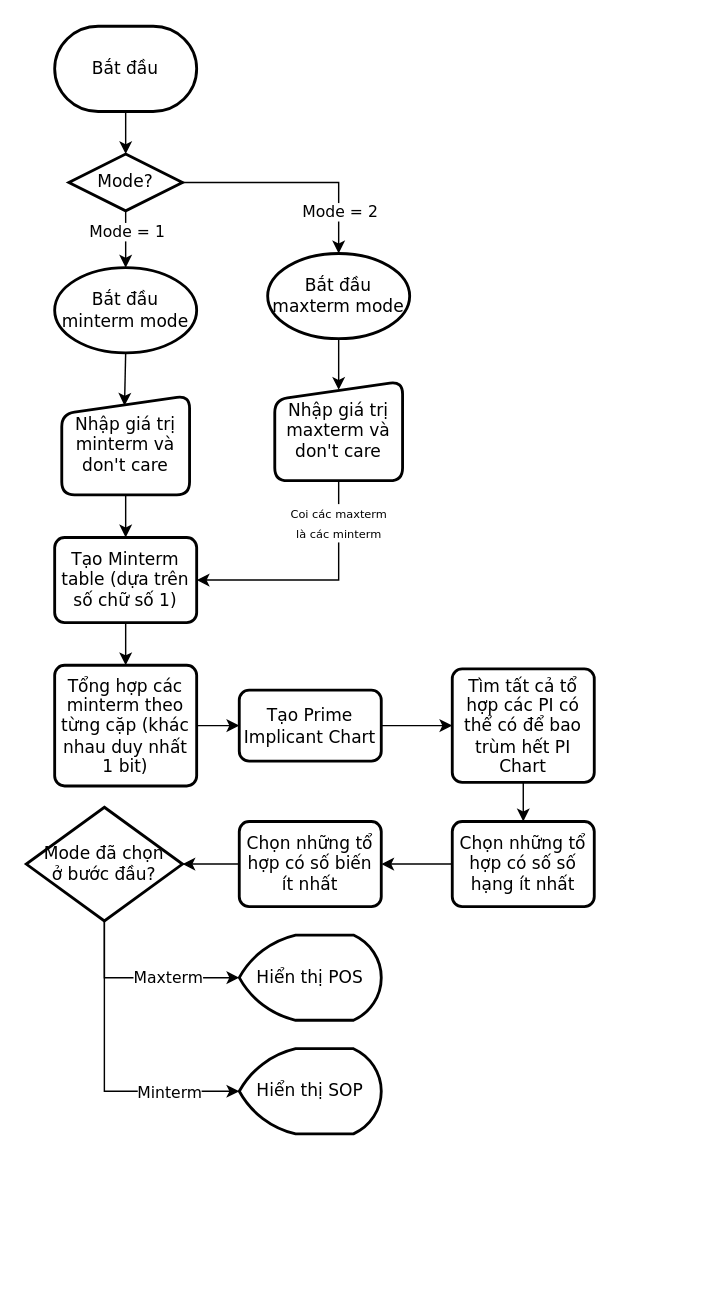
Earlier version of the draw.io diagram Untitled Diagram.drawio (dann20/QuineMcCluskey). Source tidied: cells renumbered, new cells numbered last; positions are measured from the earlier drawing's top-left corner, leaving out a move shared by most shapes. Both pictures are drawn from the tidied source at 142%, with x=0, y=0 at pixel (26, 26).
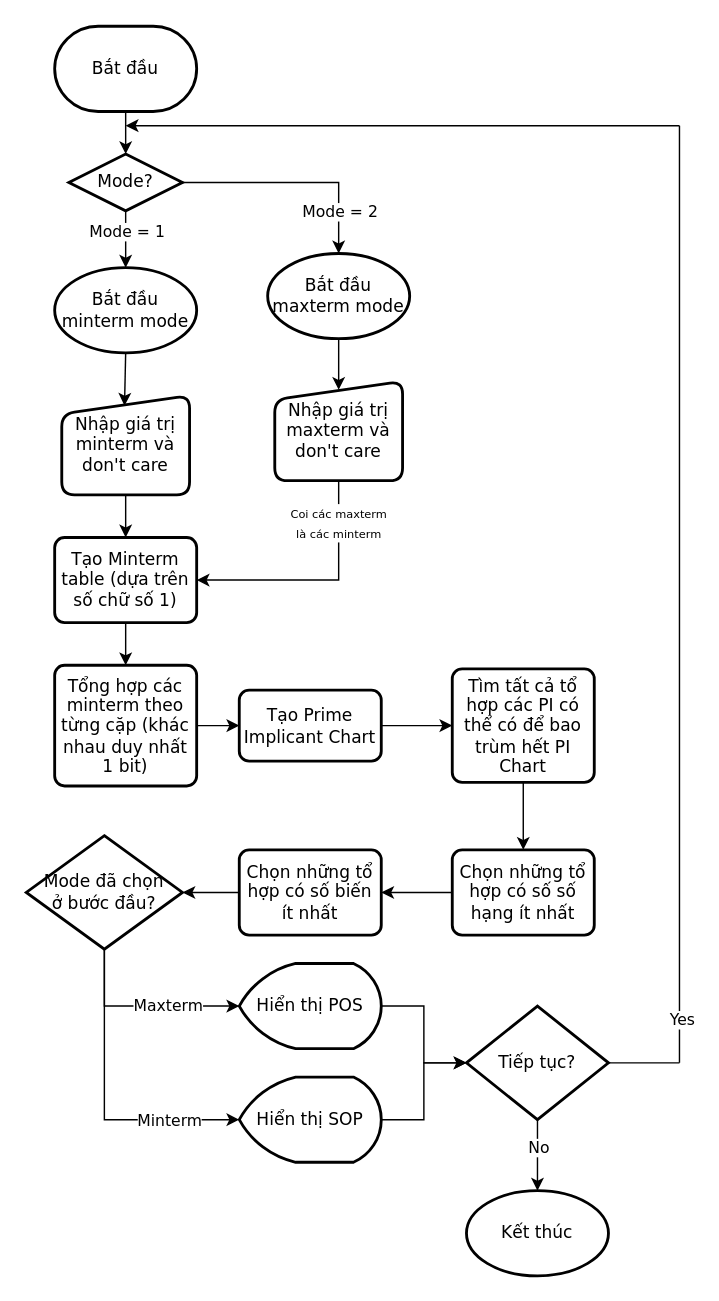
Above is the later version.

The edit, as a diff of the source:
```diff
@@
     <mxCell id="22" value="Chọn những tổ hợp có số số hạng ít nhất" style="rounded=1;whiteSpace=wrap;html=1;absoluteArcSize=1;arcSize=14;strokeWidth=2;fontFamily=Verdana;" parent="1" vertex="1">
-      <mxGeometry x="300" y="560" width="100" height="60" as="geometry" />
+      <mxGeometry x="300" y="580" width="100" height="60" as="geometry" />
     </mxCell>
@@
     <mxCell id="24" value="Chọn những tổ hợp có số biến ít nhất" style="rounded=1;whiteSpace=wrap;html=1;absoluteArcSize=1;arcSize=14;strokeWidth=2;fontFamily=Verdana;" parent="1" vertex="1">
-      <mxGeometry x="150" y="560" width="100" height="60" as="geometry" />
+      <mxGeometry x="150" y="580" width="100" height="60" as="geometry" />
     </mxCell>
     <mxCell id="25" value="Maxterm" style="edgeStyle=orthogonalEdgeStyle;rounded=0;jettySize=auto;html=1;entryX=0;entryY=0.5;entryDx=0;entryDy=0;entryPerimeter=0;fontFamily=Verdana;" parent="1" edge="1" source="28" target="30">
       <mxGeometry x="0.26" relative="1" as="geometry">
         <Array as="points">
-          <mxPoint x="55" y="670" />
+          <mxPoint x="55" y="690" />
         </Array>
       </mxGeometry>
     </mxCell>
     <mxCell id="26" style="edgeStyle=orthogonalEdgeStyle;rounded=0;jettySize=auto;html=1;entryX=0;entryY=0.5;entryDx=0;entryDy=0;entryPerimeter=0;fontFamily=Verdana;" parent="1" edge="1" source="28" target="29">
       <mxGeometry relative="1" as="geometry">
         <Array as="points">
-          <mxPoint x="55" y="750" />
+          <mxPoint x="55" y="770" />
         </Array>
       </mxGeometry>
     </mxCell>
@@
     <mxCell id="28" value="&lt;div&gt;Mode đã chọn&lt;/div&gt;&lt;div&gt; ở bước đầu?&lt;/div&gt;" style="strokeWidth=2;html=1;shape=mxgraph.flowchart.decision;whiteSpace=wrap;fontFamily=Verdana;" parent="1" vertex="1">
-      <mxGeometry y="550" width="110" height="80" as="geometry" />
+      <mxGeometry y="570" width="110" height="80" as="geometry" />
     </mxCell>
+    <mxCell id="35" style="edgeStyle=orthogonalEdgeStyle;rounded=0;jettySize=auto;html=1;entryX=0;entryY=0.5;entryDx=0;entryDy=0;entryPerimeter=0;fontFamily=Verdana;" parent="1" edge="1" source="29" target="39">
+      <mxGeometry relative="1" as="geometry" />
+    </mxCell>
     <mxCell id="29" value="Hiển thị SOP" style="strokeWidth=2;html=1;shape=mxgraph.flowchart.display;whiteSpace=wrap;fontFamily=Verdana;" parent="1" vertex="1">
-      <mxGeometry x="150" y="720" width="100" height="60" as="geometry" />
+      <mxGeometry x="150" y="740" width="100" height="60" as="geometry" />
     </mxCell>
+    <mxCell id="36" style="edgeStyle=orthogonalEdgeStyle;rounded=0;jettySize=auto;html=1;entryX=0;entryY=0.5;entryDx=0;entryDy=0;entryPerimeter=0;fontFamily=Verdana;" parent="1" edge="1" source="30" target="39">
+      <mxGeometry relative="1" as="geometry" />
+    </mxCell>
     <mxCell id="30" value="Hiển thị POS" style="strokeWidth=2;html=1;shape=mxgraph.flowchart.display;whiteSpace=wrap;fontFamily=Verdana;" parent="1" vertex="1">
-      <mxGeometry x="150" y="640" width="100" height="60" as="geometry" />
+      <mxGeometry x="150" y="660" width="100" height="60" as="geometry" />
     </mxCell>
@@
+    <mxCell id="37" style="edgeStyle=orthogonalEdgeStyle;rounded=0;jettySize=auto;html=1;entryX=0.5;entryY=0;entryDx=0;entryDy=0;entryPerimeter=0;fontFamily=Verdana;" parent="1" edge="1" source="39" target="44">
+      <mxGeometry relative="1" as="geometry" />
+    </mxCell>
+    <mxCell id="38" value="No" style="edgeLabel;html=1;align=center;verticalAlign=middle;fontFamily=Verdana;" parent="37" vertex="1">
+      <mxGeometry x="-0.23" y="1" relative="1" as="geometry">
+        <mxPoint x="-1" as="offset" />
+      </mxGeometry>
+    </mxCell>
+    <mxCell id="39" value="Tiếp tục?" style="strokeWidth=2;html=1;shape=mxgraph.flowchart.decision;whiteSpace=wrap;fontFamily=Verdana;" parent="1" vertex="1">
+      <mxGeometry x="310" y="690" width="100" height="80" as="geometry" />
+    </mxCell>
+    <mxCell id="40" style="endArrow=classic;html=1;fontFamily=Verdana;" parent="1" edge="1">
+      <mxGeometry relative="1" as="geometry">
+        <mxPoint x="460" y="70" as="sourcePoint" />
+        <mxPoint x="70" y="70" as="targetPoint" />
+      </mxGeometry>
+    </mxCell>
+    <mxCell id="41" style="endArrow=none;html=1;fontFamily=Verdana;" parent="1" edge="1">
+      <mxGeometry relative="1" as="geometry">
+        <mxPoint x="460" y="730" as="sourcePoint" />
+        <mxPoint x="460" y="70" as="targetPoint" />
+      </mxGeometry>
+    </mxCell>
+    <mxCell id="42" value="Yes" style="edgeLabel;html=1;align=center;verticalAlign=middle;fontFamily=Verdana;" parent="41" vertex="1">
+      <mxGeometry x="-0.87" y="-1" relative="1" as="geometry">
+        <mxPoint y="12.9" as="offset" />
+      </mxGeometry>
+    </mxCell>
+    <mxCell id="43" style="endArrow=none;html=1;fontFamily=Verdana;" parent="1" edge="1" source="39">
+      <mxGeometry relative="1" as="geometry">
+        <mxPoint x="460" y="730" as="targetPoint" />
+      </mxGeometry>
+    </mxCell>
+    <mxCell id="44" value="Kết thúc" style="strokeWidth=2;html=1;shape=mxgraph.flowchart.start_1;whiteSpace=wrap;fontFamily=Verdana;" parent="1" vertex="1">
+      <mxGeometry x="310" y="820" width="100" height="60" as="geometry" />
+    </mxCell>
```
